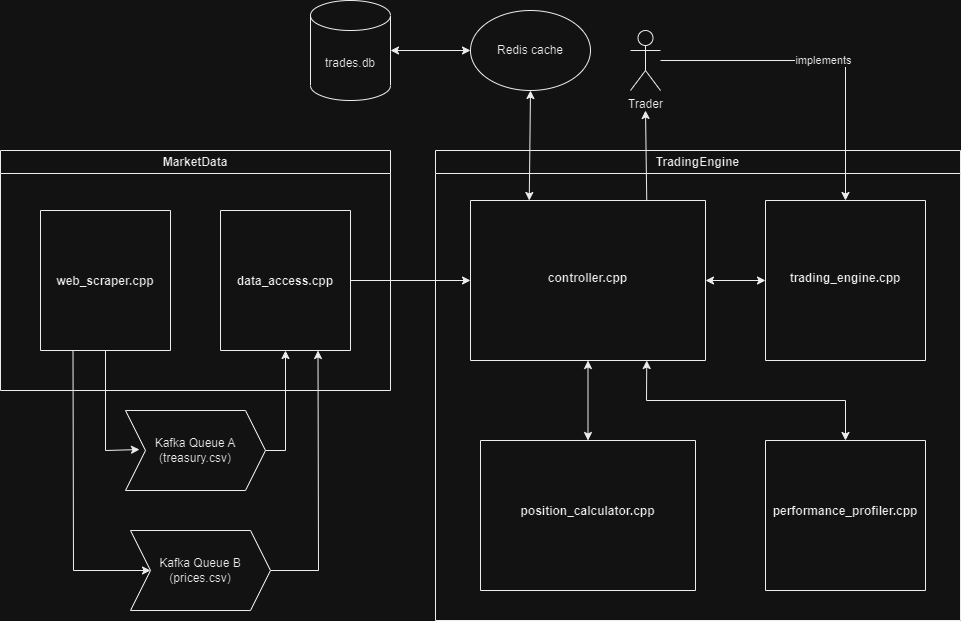
Erik-Kelemen/Low-Latency-Trading-Framework keeps this draw.io diagram as Backtester-Architecture.drawio.png. Above is the earlier version. Source tidied: cells renumbered, new cells last; positions are measured from the earlier drawing's top-left corner, leaving out a move shared by most shapes. Its diagram source:
```xml
<mxGraphModel>
  <root>
    <mxCell id="0" />
    <mxCell id="1" parent="0" />
    <mxCell id="2" value="TradingEngine" style="swimlane;whiteSpace=wrap;html=1;" parent="1" vertex="1">
      <mxGeometry x="435" y="150" width="525" height="470" as="geometry" />
    </mxCell>
    <mxCell id="3" value="&#10;&#10;&#10;&#10;&#10;&#10;&#10;&#10;&#10;&#10;&#10;trading_engine.cpp" style="swimlane;startSize=0;" parent="2" vertex="1">
      <mxGeometry x="330" y="50" width="160" height="160" as="geometry" />
    </mxCell>
    <mxCell id="4" style="endArrow=classic;startArrow=classic;html=1;rounded=0;exitX=1;exitY=0.5;exitDx=0;exitDy=0;entryX=0;entryY=0.5;entryDx=0;entryDy=0;" parent="2" edge="1" source="5" target="3">
      <mxGeometry relative="1" as="geometry" />
    </mxCell>
    <mxCell id="5" value="&#10;&#10;&#10;&#10;&#10;&#10;&#10;&#10;&#10;&#10;&#10;controller.cpp" style="swimlane;startSize=0;" parent="2" vertex="1">
      <mxGeometry x="35" y="50" width="235" height="160" as="geometry" />
    </mxCell>
    <mxCell id="6" value="&#10;&#10;&#10;&#10;&#10;&#10;&#10;&#10;&#10;&#10;performance_profiler.cpp" style="swimlane;startSize=0;" parent="2" vertex="1">
      <mxGeometry x="330" y="290" width="160" height="150" as="geometry" />
    </mxCell>
    <mxCell id="7" style="endArrow=classic;startArrow=classic;html=1;rounded=0;entryX=0.5;entryY=0;entryDx=0;entryDy=0;exitX=0.75;exitY=1;exitDx=0;exitDy=0;" parent="2" edge="1" source="5" target="6">
      <mxGeometry relative="1" as="geometry">
        <Array as="points">
          <mxPoint x="211" y="250" />
          <mxPoint x="410" y="250" />
        </Array>
      </mxGeometry>
    </mxCell>
    <mxCell id="8" value="&#10;&#10;&#10;&#10;&#10;&#10;&#10;&#10;&#10;&#10;position_calculator.cpp" style="swimlane;startSize=0;" parent="2" vertex="1">
      <mxGeometry x="45" y="290" width="215" height="150" as="geometry" />
    </mxCell>
    <mxCell id="9" style="endArrow=classic;startArrow=classic;html=1;rounded=0;entryX=0.5;entryY=1;entryDx=0;entryDy=0;exitX=0.5;exitY=0;exitDx=0;exitDy=0;" parent="2" edge="1" source="8" target="5">
      <mxGeometry relative="1" as="geometry" />
    </mxCell>
    <mxCell id="10" value="MarketData" style="swimlane;whiteSpace=wrap;html=1;" parent="1" vertex="1">
      <mxGeometry y="150" width="390" height="240" as="geometry" />
    </mxCell>
    <mxCell id="11" value="&#10;&#10;&#10;&#10;&#10;&#10;&#10;&#10;&#10;&#10;web_scraper.cpp" style="swimlane;startSize=0;" parent="10" vertex="1">
      <mxGeometry x="40" y="60" width="130" height="140" as="geometry" />
    </mxCell>
    <mxCell id="12" value="&#10;&#10;&#10;&#10;&#10;&#10;&#10;&#10;&#10;&#10;data_access.cpp" style="swimlane;startSize=0;" parent="10" vertex="1">
      <mxGeometry x="220" y="60" width="130" height="140" as="geometry" />
    </mxCell>
    <mxCell id="13" style="endArrow=classic;html=1;rounded=0;exitX=0.25;exitY=1;exitDx=0;exitDy=0;entryX=0;entryY=0.5;entryDx=0;entryDy=0;" parent="1" edge="1" source="11" target="21">
      <mxGeometry relative="1" as="geometry">
        <Array as="points">
          <mxPoint x="73" y="570" />
        </Array>
      </mxGeometry>
    </mxCell>
    <mxCell id="14" style="endArrow=classic;startArrow=classic;html=1;rounded=0;exitX=0.25;exitY=0;exitDx=0;exitDy=0;entryX=0.5;entryY=1;entryDx=0;entryDy=0;entryPerimeter=0;" parent="1" edge="1" source="5" target="23">
      <mxGeometry relative="1" as="geometry" />
    </mxCell>
    <mxCell id="15" style="endArrow=classic;html=1;rounded=0;entryX=0.5;entryY=1;entryDx=0;entryDy=0;exitX=0.75;exitY=0;exitDx=0;exitDy=0;" parent="1" edge="1" source="5">
      <mxGeometry relative="1" as="geometry">
        <mxPoint x="645" y="110" as="targetPoint" />
      </mxGeometry>
    </mxCell>
    <mxCell id="16" value="implements" style="endArrow=classic;html=1;rounded=0;entryX=0.5;entryY=0;entryDx=0;entryDy=0;" parent="1" edge="1" source="24" target="3">
      <mxGeometry relative="1" as="geometry">
        <Array as="points">
          <mxPoint x="845" y="60" />
        </Array>
      </mxGeometry>
    </mxCell>
    <mxCell id="17" style="endArrow=classic;html=1;rounded=0;exitX=0.5;exitY=1;exitDx=0;exitDy=0;entryX=0.1;entryY=0.488;entryDx=0;entryDy=0;entryPerimeter=0;" parent="1" edge="1" source="11" target="22">
      <mxGeometry relative="1" as="geometry">
        <Array as="points">
          <mxPoint x="105" y="450" />
        </Array>
      </mxGeometry>
    </mxCell>
    <mxCell id="18" style="endArrow=classic;html=1;rounded=0;entryX=0.5;entryY=1;entryDx=0;entryDy=0;exitX=1;exitY=0.5;exitDx=0;exitDy=0;" parent="1" edge="1" source="22" target="12">
      <mxGeometry relative="1" as="geometry">
        <Array as="points">
          <mxPoint x="285" y="450" />
        </Array>
      </mxGeometry>
    </mxCell>
    <mxCell id="19" style="endArrow=classic;html=1;rounded=0;exitX=1;exitY=0.5;exitDx=0;exitDy=0;entryX=0.75;entryY=1;entryDx=0;entryDy=0;" parent="1" edge="1" source="21" target="12">
      <mxGeometry relative="1" as="geometry">
        <Array as="points">
          <mxPoint x="318" y="570" />
        </Array>
      </mxGeometry>
    </mxCell>
    <mxCell id="20" style="endArrow=classic;html=1;rounded=0;exitX=1;exitY=0.5;exitDx=0;exitDy=0;entryX=0;entryY=0.5;entryDx=0;entryDy=0;" parent="1" edge="1" source="12" target="5">
      <mxGeometry relative="1" as="geometry" />
    </mxCell>
    <mxCell id="21" value="Kafka Queue B&lt;br&gt;(prices.csv)" style="shape=step;perimeter=stepPerimeter;whiteSpace=wrap;html=1;fixedSize=1;" parent="1" vertex="1">
      <mxGeometry x="130" y="530" width="140" height="80" as="geometry" />
    </mxCell>
    <mxCell id="22" value="Kafka Queue A&lt;br&gt;(treasury.csv)" style="shape=step;perimeter=stepPerimeter;whiteSpace=wrap;html=1;fixedSize=1;" parent="1" vertex="1">
      <mxGeometry x="125" y="410" width="140" height="80" as="geometry" />
    </mxCell>
    <mxCell id="23" value="Redis cache" style="ellipse;whiteSpace=wrap;html=1;" parent="1" vertex="1">
      <mxGeometry x="470" y="10" width="120" height="80" as="geometry" />
    </mxCell>
    <mxCell id="24" value="Trader" style="shape=umlActor;verticalLabelPosition=bottom;verticalAlign=top;html=1;outlineConnect=0;" parent="1" vertex="1">
      <mxGeometry x="630" y="30" width="30" height="60" as="geometry" />
    </mxCell>
    <mxCell id="25" value="trades.db" style="shape=cylinder3;whiteSpace=wrap;html=1;boundedLbl=1;backgroundOutline=1;size=15;" parent="1" vertex="1">
      <mxGeometry x="310" width="80" height="100" as="geometry" />
    </mxCell>
    <mxCell id="26" style="endArrow=classic;startArrow=classic;html=1;rounded=0;entryX=0;entryY=0.5;entryDx=0;entryDy=0;exitX=1;exitY=0.5;exitDx=0;exitDy=0;exitPerimeter=0;" parent="1" edge="1" source="25" target="23">
      <mxGeometry relative="1" as="geometry" />
    </mxCell>
  </root>
</mxGraphModel>
```
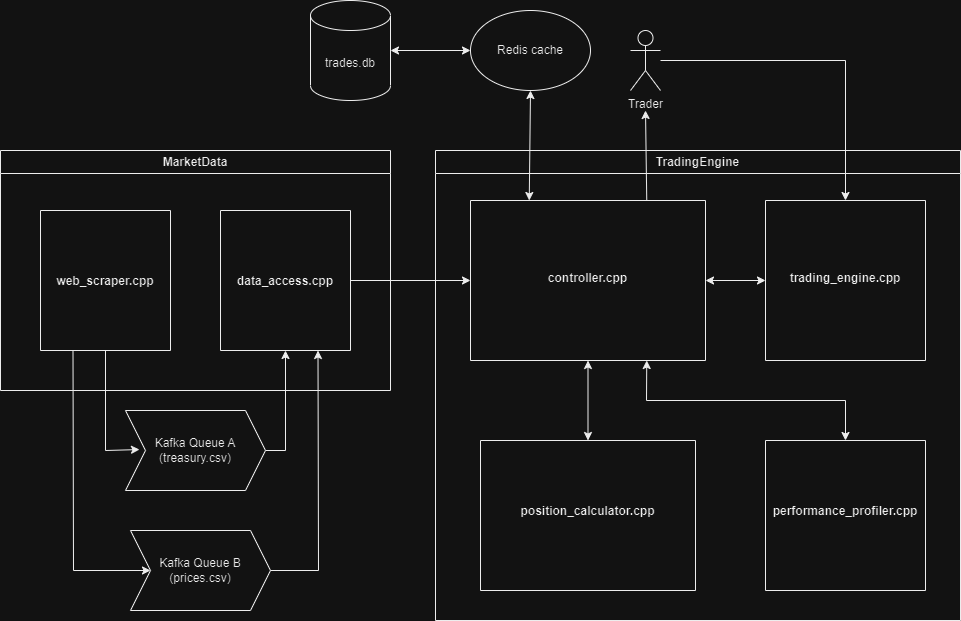
Later version of the same file.

What changed in the source:
```diff
@@ -55,7 +55,7 @@
         <mxPoint x="645" y="110" as="targetPoint" />
       </mxGeometry>
     </mxCell>
-    <mxCell id="16" value="implements" style="endArrow=classic;html=1;rounded=0;entryX=0.5;entryY=0;entryDx=0;entryDy=0;" parent="1" edge="1" source="24" target="3">
+    <mxCell id="16" style="endArrow=classic;html=1;rounded=0;entryX=0.5;entryY=0;entryDx=0;entryDy=0;" parent="1" edge="1" source="24" target="3">
       <mxGeometry relative="1" as="geometry">
         <Array as="points">
           <mxPoint x="845" y="60" />
```
